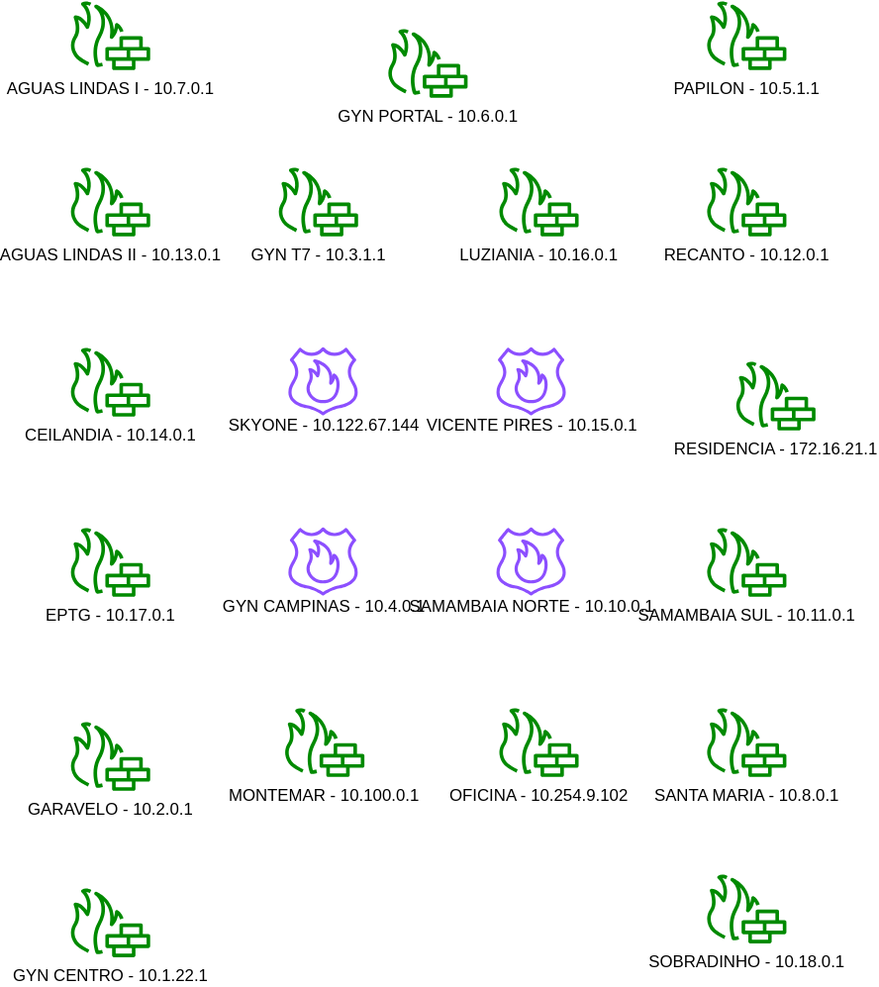
Above: Diagrama sem nome.drawio.svg in Trevoom/Laborat-rio (draw.io), before the change. Source tidied: cells renumbered, new cells last; positions are measured from the earlier drawing's top-left corner, leaving out a move shared by most shapes.
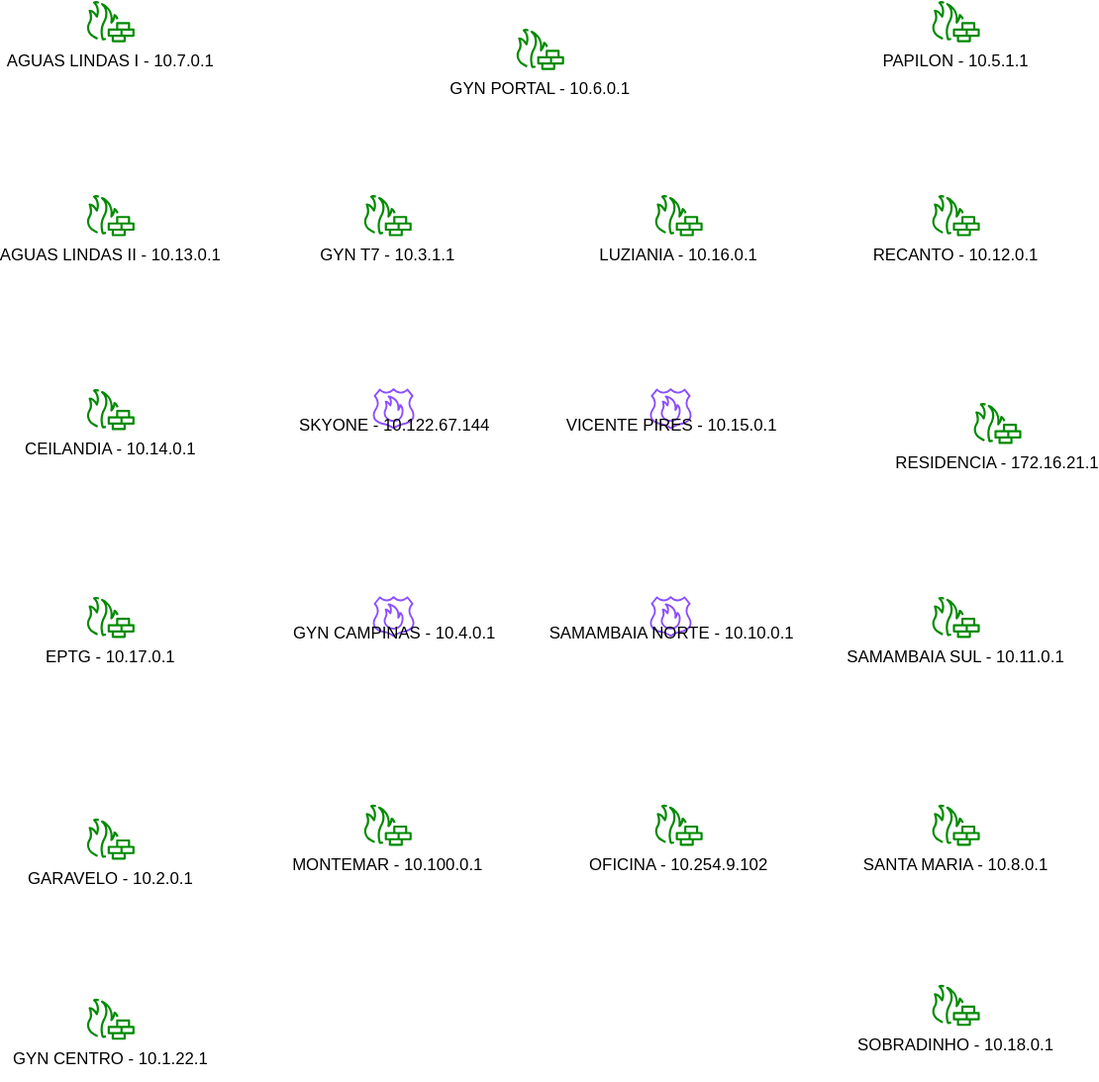
Above is the later version.

Change to the diagram source:
```diff
@@ -2,68 +2,71 @@
   <root>
     <mxCell id="0" />
     <mxCell id="1" parent="0" />
+    <mxCell id="23" style="group;" parent="1" vertex="1">
+      <mxGeometry x="-190" y="-20" width="720" height="780" as="geometry" />
+    </mxCell>
-    <mxCell id="2" value="    AGUAS LINDAS II -  10.13.0.1 " style="sketch=0;fillColor=#008a00;strokeColor=#005700;dashed=0;verticalLabelPosition=bottom;verticalAlign=top;align=center;html=1;shape=mxgraph.aws4.generic_firewall;" parent="1" vertex="1">
-      <mxGeometry y="120" width="59.1" height="50" as="geometry" />
+    <mxCell id="2" value="    AGUAS LINDAS II -  10.13.0.1 " style="sketch=0;fillColor=#008a00;strokeColor=#005700;dashed=0;verticalLabelPosition=bottom;verticalAlign=top;align=center;html=1;shape=mxgraph.aws4.generic_firewall;" parent="23" vertex="1">
+      <mxGeometry y="140" width="40" height="30" as="geometry" />
     </mxCell>
-    <mxCell id="3" value="    SKYONE -  10.122.67.144 " style="sketch=0;gradientColor=none;fillColor=#8C4FFF;strokeColor=none;dashed=0;verticalLabelPosition=bottom;verticalAlign=middle;align=center;html=1;shape=mxgraph.aws4.route_53_resolver_dns_firewall;spacingTop=-36;" parent="1" vertex="1">
-      <mxGeometry x="159" y="250" width="50" height="50" as="geometry" />
+    <mxCell id="3" value="    SKYONE -  10.122.67.144 " style="sketch=0;gradientColor=none;fillColor=#8C4FFF;strokeColor=none;dashed=0;verticalLabelPosition=bottom;verticalAlign=middle;align=center;html=1;shape=mxgraph.aws4.route_53_resolver_dns_firewall;spacingTop=-36;" parent="23" vertex="1">
+      <mxGeometry x="210" y="280" width="30" height="30" as="geometry" />
     </mxCell>
-    <mxCell id="4" value="    VICENTE  PIRES - 10.15.0.1 " style="sketch=0;gradientColor=none;fillColor=#8C4FFF;strokeColor=none;dashed=0;verticalLabelPosition=bottom;verticalAlign=middle;align=center;html=1;shape=mxgraph.aws4.route_53_resolver_dns_firewall;spacingTop=-36;" parent="1" vertex="1">
-      <mxGeometry x="309.1" y="250" width="50" height="50" as="geometry" />
+    <mxCell id="4" value="    VICENTE  PIRES - 10.15.0.1 " style="sketch=0;gradientColor=none;fillColor=#8C4FFF;strokeColor=none;dashed=0;verticalLabelPosition=bottom;verticalAlign=middle;align=center;html=1;shape=mxgraph.aws4.route_53_resolver_dns_firewall;spacingTop=-36;" parent="23" vertex="1">
+      <mxGeometry x="410" y="280" width="30" height="30" as="geometry" />
     </mxCell>
-    <mxCell id="5" value="    GYN  CAMPINAS - 10.4.0.1 " style="sketch=0;gradientColor=none;fillColor=#8C4FFF;strokeColor=none;dashed=0;verticalLabelPosition=bottom;verticalAlign=middle;align=center;html=1;shape=mxgraph.aws4.route_53_resolver_dns_firewall;spacingTop=-36;" parent="1" vertex="1">
-      <mxGeometry x="159" y="380" width="50" height="50" as="geometry" />
+    <mxCell id="5" value="    GYN  CAMPINAS - 10.4.0.1 " style="sketch=0;gradientColor=none;fillColor=#8C4FFF;strokeColor=none;dashed=0;verticalLabelPosition=bottom;verticalAlign=middle;align=center;html=1;shape=mxgraph.aws4.route_53_resolver_dns_firewall;spacingTop=-36;" parent="23" vertex="1">
+      <mxGeometry x="210" y="430" width="30" height="30" as="geometry" />
     </mxCell>
-    <mxCell id="6" value="    SAMAMBAIA  NORTE - 10.10.0.1 " style="sketch=0;gradientColor=none;fillColor=#8C4FFF;strokeColor=none;dashed=0;verticalLabelPosition=bottom;verticalAlign=middle;align=center;html=1;shape=mxgraph.aws4.route_53_resolver_dns_firewall;spacingTop=-36;" parent="1" vertex="1">
-      <mxGeometry x="309.1" y="380" width="50" height="50" as="geometry" />
+    <mxCell id="6" value="    SAMAMBAIA  NORTE - 10.10.0.1 " style="sketch=0;gradientColor=none;fillColor=#8C4FFF;strokeColor=none;dashed=0;verticalLabelPosition=bottom;verticalAlign=middle;align=center;html=1;shape=mxgraph.aws4.route_53_resolver_dns_firewall;spacingTop=-36;" parent="23" vertex="1">
+      <mxGeometry x="410" y="430" width="30" height="30" as="geometry" />
     </mxCell>
-    <mxCell id="7" value="CEILANDIA - 10.14.0.1" style="sketch=0;fillColor=#008a00;strokeColor=#005700;dashed=0;verticalLabelPosition=bottom;verticalAlign=top;align=center;html=1;shape=mxgraph.aws4.generic_firewall;" parent="1" vertex="1">
-      <mxGeometry y="250" width="59.1" height="50" as="geometry" />
+    <mxCell id="7" value="CEILANDIA - 10.14.0.1" style="sketch=0;fillColor=#008a00;strokeColor=#005700;dashed=0;verticalLabelPosition=bottom;verticalAlign=top;align=center;html=1;shape=mxgraph.aws4.generic_firewall;" parent="23" vertex="1">
+      <mxGeometry y="280" width="40" height="30" as="geometry" />
     </mxCell>
-    <mxCell id="8" value="    EPTG - 10.17.0.1 " style="sketch=0;fillColor=#008a00;strokeColor=#005700;dashed=0;verticalLabelPosition=bottom;verticalAlign=top;align=center;html=1;shape=mxgraph.aws4.generic_firewall;" parent="1" vertex="1">
-      <mxGeometry y="380" width="59.1" height="50" as="geometry" />
+    <mxCell id="8" value="    EPTG - 10.17.0.1 " style="sketch=0;fillColor=#008a00;strokeColor=#005700;dashed=0;verticalLabelPosition=bottom;verticalAlign=top;align=center;html=1;shape=mxgraph.aws4.generic_firewall;" parent="23" vertex="1">
+      <mxGeometry y="430" width="40" height="30" as="geometry" />
     </mxCell>
-    <mxCell id="9" value="    GARAVELO - 10.2.0.1 " style="sketch=0;fillColor=#008a00;strokeColor=#005700;dashed=0;verticalLabelPosition=bottom;verticalAlign=top;align=center;html=1;shape=mxgraph.aws4.generic_firewall;" parent="1" vertex="1">
-      <mxGeometry y="520" width="59.1" height="50" as="geometry" />
+    <mxCell id="9" value="    GARAVELO - 10.2.0.1 " style="sketch=0;fillColor=#008a00;strokeColor=#005700;dashed=0;verticalLabelPosition=bottom;verticalAlign=top;align=center;html=1;shape=mxgraph.aws4.generic_firewall;" parent="23" vertex="1">
+      <mxGeometry y="590" width="40" height="30" as="geometry" />
     </mxCell>
-    <mxCell id="10" value="    AGUAS LINDAS I -  10.7.0.1 " style="sketch=0;dashed=0;verticalLabelPosition=bottom;verticalAlign=top;align=center;html=1;shape=mxgraph.aws4.generic_firewall;fillColor=#008a00;strokeColor=#005700;" parent="1" vertex="1">
-      <mxGeometry width="59.1" height="50" as="geometry" />
+    <mxCell id="10" value="    AGUAS LINDAS I -  10.7.0.1 " style="sketch=0;dashed=0;verticalLabelPosition=bottom;verticalAlign=top;align=center;html=1;shape=mxgraph.aws4.generic_firewall;fillColor=#008a00;strokeColor=#005700;" parent="23" vertex="1">
+      <mxGeometry width="40" height="30" as="geometry" />
     </mxCell>
-    <mxCell id="11" value="    GYN CENTRO -  10.1.22.1 " style="sketch=0;fillColor=#008a00;strokeColor=#005700;dashed=0;verticalLabelPosition=bottom;verticalAlign=top;align=center;html=1;shape=mxgraph.aws4.generic_firewall;" parent="1" vertex="1">
-      <mxGeometry y="640" width="59.1" height="50" as="geometry" />
+    <mxCell id="11" value="    GYN CENTRO -  10.1.22.1 " style="sketch=0;fillColor=#008a00;strokeColor=#005700;dashed=0;verticalLabelPosition=bottom;verticalAlign=top;align=center;html=1;shape=mxgraph.aws4.generic_firewall;" parent="23" vertex="1">
+      <mxGeometry y="720" width="40" height="30" as="geometry" />
     </mxCell>
-    <mxCell id="12" value="    PAPILON - 10.5.1.1 " style="sketch=0;fillColor=#008a00;strokeColor=#005700;dashed=0;verticalLabelPosition=bottom;verticalAlign=top;align=center;html=1;shape=mxgraph.aws4.generic_firewall;" parent="1" vertex="1">
-      <mxGeometry x="459" width="59.1" height="50" as="geometry" />
+    <mxCell id="12" value="    PAPILON - 10.5.1.1 " style="sketch=0;fillColor=#008a00;strokeColor=#005700;dashed=0;verticalLabelPosition=bottom;verticalAlign=top;align=center;html=1;shape=mxgraph.aws4.generic_firewall;" parent="23" vertex="1">
+      <mxGeometry x="610" width="40" height="30" as="geometry" />
     </mxCell>
-    <mxCell id="13" value="    RECANTO - 10.12.0.1 " style="sketch=0;fillColor=#008a00;strokeColor=#005700;dashed=0;verticalLabelPosition=bottom;verticalAlign=top;align=center;html=1;shape=mxgraph.aws4.generic_firewall;" parent="1" vertex="1">
-      <mxGeometry x="459" y="120" width="59.1" height="50" as="geometry" />
+    <mxCell id="13" value="    RECANTO - 10.12.0.1 " style="sketch=0;fillColor=#008a00;strokeColor=#005700;dashed=0;verticalLabelPosition=bottom;verticalAlign=top;align=center;html=1;shape=mxgraph.aws4.generic_firewall;" parent="23" vertex="1">
+      <mxGeometry x="610" y="140" width="40" height="30" as="geometry" />
     </mxCell>
-    <mxCell id="14" value="    RESIDENCIA -  172.16.21.1 " style="sketch=0;fillColor=#008a00;strokeColor=#005700;dashed=0;verticalLabelPosition=bottom;verticalAlign=top;align=center;html=1;shape=mxgraph.aws4.generic_firewall;" parent="1" vertex="1">
-      <mxGeometry x="480" y="260" width="59.1" height="50" as="geometry" />
+    <mxCell id="14" value="    RESIDENCIA -  172.16.21.1 " style="sketch=0;fillColor=#008a00;strokeColor=#005700;dashed=0;verticalLabelPosition=bottom;verticalAlign=top;align=center;html=1;shape=mxgraph.aws4.generic_firewall;" parent="23" vertex="1">
+      <mxGeometry x="640" y="290" width="40" height="30" as="geometry" />
     </mxCell>
-    <mxCell id="15" value="    SAMAMBAIA SUL -  10.11.0.1 " style="sketch=0;fillColor=#008a00;strokeColor=#005700;dashed=0;verticalLabelPosition=bottom;verticalAlign=top;align=center;html=1;shape=mxgraph.aws4.generic_firewall;" parent="1" vertex="1">
-      <mxGeometry x="459" y="380" width="59.1" height="50" as="geometry" />
+    <mxCell id="15" value="    SAMAMBAIA SUL -  10.11.0.1 " style="sketch=0;fillColor=#008a00;strokeColor=#005700;dashed=0;verticalLabelPosition=bottom;verticalAlign=top;align=center;html=1;shape=mxgraph.aws4.generic_firewall;" parent="23" vertex="1">
+      <mxGeometry x="610" y="430" width="40" height="30" as="geometry" />
     </mxCell>
-    <mxCell id="16" value="    SANTA MARIA -  10.8.0.1 " style="sketch=0;fillColor=#008a00;strokeColor=#005700;dashed=0;verticalLabelPosition=bottom;verticalAlign=top;align=center;html=1;shape=mxgraph.aws4.generic_firewall;" parent="1" vertex="1">
-      <mxGeometry x="459" y="510" width="59.1" height="50" as="geometry" />
+    <mxCell id="16" value="    SANTA MARIA -  10.8.0.1 " style="sketch=0;fillColor=#008a00;strokeColor=#005700;dashed=0;verticalLabelPosition=bottom;verticalAlign=top;align=center;html=1;shape=mxgraph.aws4.generic_firewall;" parent="23" vertex="1">
+      <mxGeometry x="610" y="580" width="40" height="30" as="geometry" />
     </mxCell>
-    <mxCell id="17" value="    SOBRADINHO -  10.18.0.1 " style="sketch=0;fillColor=#008a00;strokeColor=#005700;dashed=0;verticalLabelPosition=bottom;verticalAlign=top;align=center;html=1;shape=mxgraph.aws4.generic_firewall;" parent="1" vertex="1">
-      <mxGeometry x="459" y="630" width="59.1" height="50" as="geometry" />
+    <mxCell id="17" value="    SOBRADINHO -  10.18.0.1 " style="sketch=0;fillColor=#008a00;strokeColor=#005700;dashed=0;verticalLabelPosition=bottom;verticalAlign=top;align=center;html=1;shape=mxgraph.aws4.generic_firewall;" parent="23" vertex="1">
+      <mxGeometry x="610" y="710" width="40" height="30" as="geometry" />
     </mxCell>
-    <mxCell id="18" value="    MONTEMAR -  10.100.0.1 " style="sketch=0;fillColor=#008a00;strokeColor=#005700;dashed=0;verticalLabelPosition=bottom;verticalAlign=top;align=center;html=1;shape=mxgraph.aws4.generic_firewall;" parent="1" vertex="1">
-      <mxGeometry x="154.6" y="510" width="59.1" height="50" as="geometry" />
+    <mxCell id="18" value="    MONTEMAR -  10.100.0.1 " style="sketch=0;fillColor=#008a00;strokeColor=#005700;dashed=0;verticalLabelPosition=bottom;verticalAlign=top;align=center;html=1;shape=mxgraph.aws4.generic_firewall;" parent="23" vertex="1">
+      <mxGeometry x="200" y="580" width="40" height="30" as="geometry" />
     </mxCell>
-    <mxCell id="19" value="    OFICINA -  10.254.9.102 " style="sketch=0;fillColor=#008a00;strokeColor=#005700;dashed=0;verticalLabelPosition=bottom;verticalAlign=top;align=center;html=1;shape=mxgraph.aws4.generic_firewall;" parent="1" vertex="1">
-      <mxGeometry x="309.1" y="510" width="59.1" height="50" as="geometry" />
+    <mxCell id="19" value="    OFICINA -  10.254.9.102 " style="sketch=0;fillColor=#008a00;strokeColor=#005700;dashed=0;verticalLabelPosition=bottom;verticalAlign=top;align=center;html=1;shape=mxgraph.aws4.generic_firewall;" parent="23" vertex="1">
+      <mxGeometry x="410" y="580" width="40" height="30" as="geometry" />
     </mxCell>
-    <mxCell id="20" value="    GYN T7 - 10.3.1.1 " style="sketch=0;fillColor=#008a00;strokeColor=#005700;dashed=0;verticalLabelPosition=bottom;verticalAlign=top;align=center;html=1;shape=mxgraph.aws4.generic_firewall;" parent="1" vertex="1">
-      <mxGeometry x="150" y="120" width="59.1" height="50" as="geometry" />
+    <mxCell id="20" value="    GYN T7 - 10.3.1.1 " style="sketch=0;fillColor=#008a00;strokeColor=#005700;dashed=0;verticalLabelPosition=bottom;verticalAlign=top;align=center;html=1;shape=mxgraph.aws4.generic_firewall;" parent="23" vertex="1">
+      <mxGeometry x="200" y="140" width="40" height="30" as="geometry" />
     </mxCell>
-    <mxCell id="21" value="    LUZIANIA -  10.16.0.1 " style="sketch=0;fillColor=#008a00;strokeColor=#005700;dashed=0;verticalLabelPosition=bottom;verticalAlign=top;align=center;html=1;shape=mxgraph.aws4.generic_firewall;" parent="1" vertex="1">
-      <mxGeometry x="309.1" y="120" width="59.1" height="50" as="geometry" />
+    <mxCell id="21" value="    LUZIANIA -  10.16.0.1 " style="sketch=0;fillColor=#008a00;strokeColor=#005700;dashed=0;verticalLabelPosition=bottom;verticalAlign=top;align=center;html=1;shape=mxgraph.aws4.generic_firewall;" parent="23" vertex="1">
+      <mxGeometry x="410" y="140" width="40" height="30" as="geometry" />
     </mxCell>
-    <mxCell id="22" value="    GYN PORTAL -  10.6.0.1 " style="sketch=0;fillColor=#008a00;strokeColor=#005700;dashed=0;verticalLabelPosition=bottom;verticalAlign=top;align=center;html=1;shape=mxgraph.aws4.generic_firewall;" parent="1" vertex="1">
-      <mxGeometry x="229" y="20" width="59.1" height="50" as="geometry" />
+    <mxCell id="22" value="    GYN PORTAL -  10.6.0.1 " style="sketch=0;fillColor=#008a00;strokeColor=#005700;dashed=0;verticalLabelPosition=bottom;verticalAlign=top;align=center;html=1;shape=mxgraph.aws4.generic_firewall;" parent="23" vertex="1">
+      <mxGeometry x="310" y="20" width="40" height="30" as="geometry" />
     </mxCell>
   </root>
 </mxGraphModel>
```
